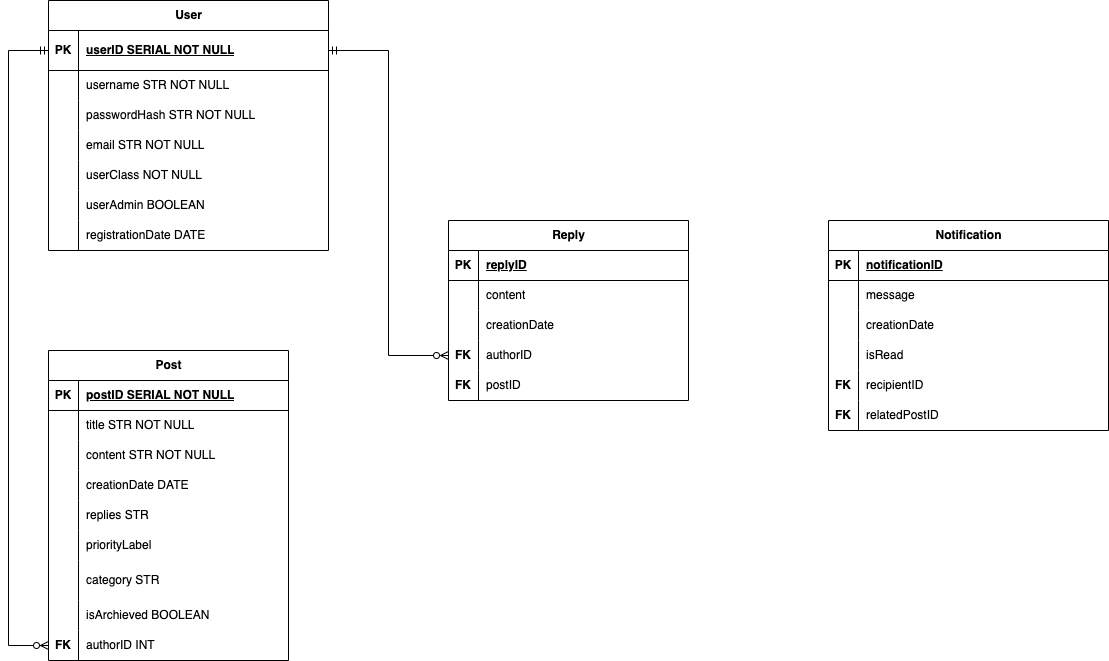
Before: docs/ERD/er_diagramv2.drawio.png, a diagram exported from draw.io (She2024/MERN-Wizards-T3A2-A). Source tidied: cells renumbered, new cells last; positions are measured from the earlier drawing's top-left corner, leaving out a move shared by most shapes.
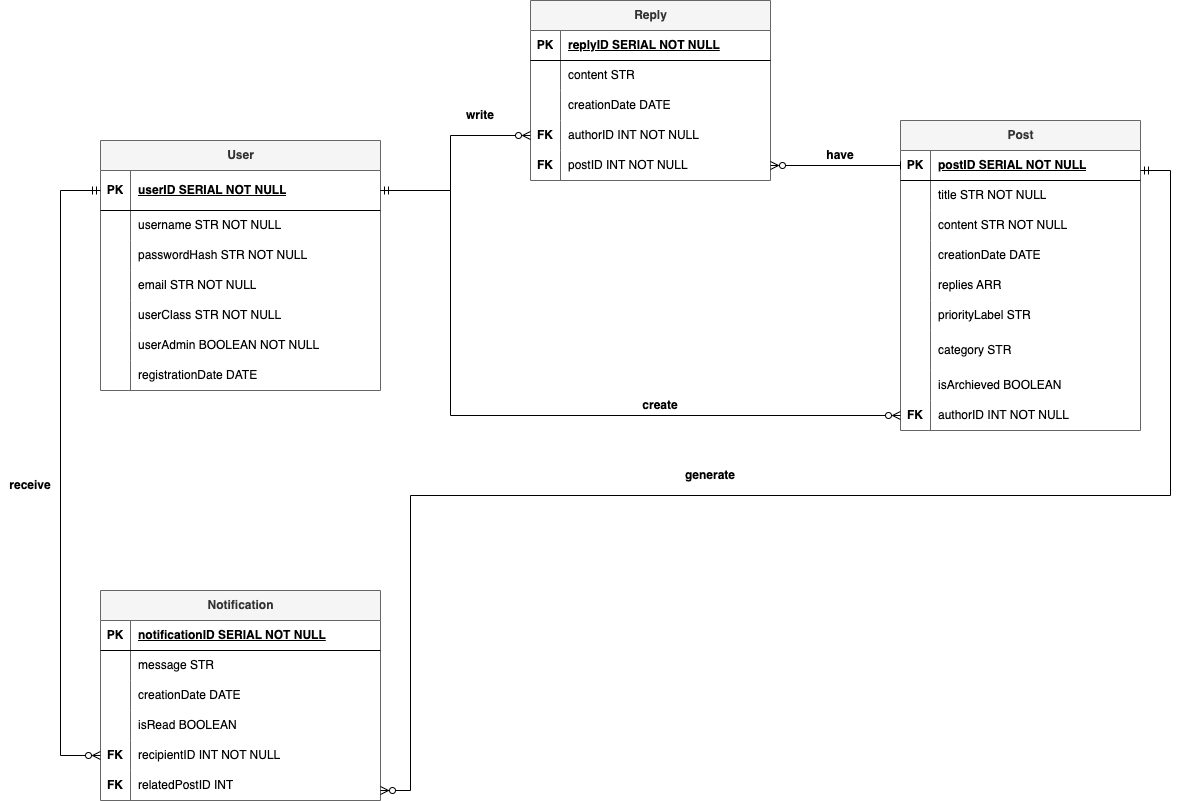
Later version of the same file.

Commit message:
docs: Updated ER diagram, added userAdmin to User Table

The edit, as a diff of the source:
```diff
@@ -2,8 +2,8 @@
   <root>
     <mxCell id="0" />
     <mxCell id="1" parent="0" />
-    <mxCell id="2" value="User" style="shape=table;startSize=30;rowLines=0;fontStyle=1;align=center;html=1;" parent="1" vertex="1">
-      <mxGeometry x="40" width="280" height="250" as="geometry" />
+    <mxCell id="2" value="User" style="shape=table;startSize=30;rowLines=0;fontStyle=1;align=center;html=1;fillColor=#f5f5f5;fontColor=#333333;strokeColor=#666666;" parent="1" vertex="1">
+      <mxGeometry x="-60" y="-40" width="280" height="250" as="geometry" />
     </mxCell>
     <mxCell id="3" style="shape=tableRow;horizontal=0;startSize=0;swimlaneHead=0;swimlaneBody=0;fillColor=none;points=[[0,0.5],[1,0.5]];portConstraint=eastwest;top=0;left=0;right=0;bottom=1;" parent="2" vertex="1">
       <mxGeometry y="30" width="280" height="40" as="geometry" />
@@ -47,7 +47,7 @@
     <mxCell id="16" style="shape=partialRectangle;fillColor=none;top=0;left=0;bottom=0;right=0;overflow=hidden;whiteSpace=wrap;html=1;" parent="15" vertex="1">
       <mxGeometry width="30" height="30" as="geometry" />
     </mxCell>
-    <mxCell id="17" value="userClass NOT NULL" style="shape=partialRectangle;fillColor=none;top=0;left=0;bottom=0;right=0;align=left;spacingLeft=6;overflow=hidden;whiteSpace=wrap;html=1;" parent="15" vertex="1">
+    <mxCell id="17" value="userClass STR NOT NULL" style="shape=partialRectangle;fillColor=none;top=0;left=0;bottom=0;right=0;align=left;spacingLeft=6;overflow=hidden;whiteSpace=wrap;html=1;" parent="15" vertex="1">
       <mxGeometry x="30" width="250" height="30" as="geometry" />
     </mxCell>
     <mxCell id="18" style="shape=tableRow;horizontal=0;startSize=0;swimlaneHead=0;swimlaneBody=0;fillColor=none;top=0;left=0;right=0;bottom=0;" parent="2" vertex="1">
@@ -56,7 +56,7 @@
     <mxCell id="19" style="shape=partialRectangle;fillColor=none;top=0;left=0;bottom=0;right=0;overflow=hidden;whiteSpace=wrap;html=1;" parent="18" vertex="1">
       <mxGeometry width="30" height="30" as="geometry" />
     </mxCell>
-    <mxCell id="20" value="userAdmin BOOLEAN" style="shape=partialRectangle;fillColor=none;top=0;left=0;bottom=0;right=0;align=left;spacingLeft=6;overflow=hidden;whiteSpace=wrap;html=1;" parent="18" vertex="1">
+    <mxCell id="20" value="userAdmin BOOLEAN NOT NULL" style="shape=partialRectangle;fillColor=none;top=0;left=0;bottom=0;right=0;align=left;spacingLeft=6;overflow=hidden;whiteSpace=wrap;html=1;" parent="18" vertex="1">
       <mxGeometry x="30" width="250" height="30" as="geometry" />
     </mxCell>
     <mxCell id="21" style="shape=tableRow;horizontal=0;startSize=0;swimlaneHead=0;swimlaneBody=0;fillColor=none;top=0;left=0;right=0;bottom=0;" parent="2" vertex="1">
@@ -68,8 +68,8 @@
     <mxCell id="23" value="registrationDate DATE" style="shape=partialRectangle;fillColor=none;top=0;left=0;bottom=0;right=0;align=left;spacingLeft=6;overflow=hidden;whiteSpace=wrap;html=1;" parent="21" vertex="1">
       <mxGeometry x="30" width="250" height="30" as="geometry" />
     </mxCell>
-    <mxCell id="24" value="Post" style="shape=table;startSize=30;rowLines=0;fontStyle=1;align=center;html=1;" parent="1" vertex="1">
-      <mxGeometry x="40" y="350" width="240" height="310" as="geometry" />
+    <mxCell id="24" value="Post" style="shape=table;startSize=30;rowLines=0;fontStyle=1;align=center;html=1;fillColor=#f5f5f5;fontColor=#333333;strokeColor=#666666;" parent="1" vertex="1">
+      <mxGeometry x="740" y="-60" width="240" height="310" as="geometry" />
     </mxCell>
     <mxCell id="25" style="shape=tableRow;horizontal=0;startSize=0;swimlaneHead=0;swimlaneBody=0;fillColor=none;top=0;left=0;right=0;bottom=1;" parent="24" vertex="1">
       <mxGeometry y="30" width="240" height="30" as="geometry" />
@@ -113,7 +113,7 @@
     <mxCell id="38" style="shape=partialRectangle;fillColor=none;top=0;left=0;bottom=0;right=0;overflow=hidden;whiteSpace=wrap;html=1;" parent="37" vertex="1">
       <mxGeometry width="30" height="30" as="geometry" />
     </mxCell>
-    <mxCell id="39" value="replies STR" style="shape=partialRectangle;fillColor=none;top=0;left=0;bottom=0;right=0;align=left;spacingLeft=6;overflow=hidden;whiteSpace=wrap;html=1;" parent="37" vertex="1">
+    <mxCell id="39" value="replies ARR" style="shape=partialRectangle;fillColor=none;top=0;left=0;bottom=0;right=0;align=left;spacingLeft=6;overflow=hidden;whiteSpace=wrap;html=1;" parent="37" vertex="1">
       <mxGeometry x="30" width="210" height="30" as="geometry" />
     </mxCell>
     <mxCell id="40" style="shape=tableRow;horizontal=0;startSize=0;swimlaneHead=0;swimlaneBody=0;fillColor=none;top=0;left=0;right=0;bottom=0;" parent="24" vertex="1">
@@ -122,7 +122,7 @@
     <mxCell id="41" style="shape=partialRectangle;fillColor=none;top=0;left=0;bottom=0;right=0;overflow=hidden;whiteSpace=wrap;html=1;" parent="40" vertex="1">
       <mxGeometry width="30" height="30" as="geometry" />
     </mxCell>
-    <mxCell id="42" value="priorityLabel" style="shape=partialRectangle;fillColor=none;top=0;left=0;bottom=0;right=0;align=left;spacingLeft=6;overflow=hidden;whiteSpace=wrap;html=1;" parent="40" vertex="1">
+    <mxCell id="42" value="priorityLabel STR" style="shape=partialRectangle;fillColor=none;top=0;left=0;bottom=0;right=0;align=left;spacingLeft=6;overflow=hidden;whiteSpace=wrap;html=1;" parent="40" vertex="1">
       <mxGeometry x="30" width="210" height="30" as="geometry" />
     </mxCell>
     <mxCell id="43" style="shape=tableRow;horizontal=0;startSize=0;swimlaneHead=0;swimlaneBody=0;fillColor=none;top=0;left=0;right=0;bottom=0;" parent="24" vertex="1">
@@ -149,11 +149,11 @@
     <mxCell id="50" value="&lt;b&gt;FK&lt;/b&gt;" style="shape=partialRectangle;fillColor=none;top=0;left=0;bottom=0;right=0;overflow=hidden;whiteSpace=wrap;html=1;" parent="49" vertex="1">
       <mxGeometry width="30" height="30" as="geometry" />
     </mxCell>
-    <mxCell id="51" value="authorID INT" style="shape=partialRectangle;fillColor=none;top=0;left=0;bottom=0;right=0;align=left;spacingLeft=6;overflow=hidden;whiteSpace=wrap;html=1;" parent="49" vertex="1">
+    <mxCell id="51" value="authorID INT NOT NULL" style="shape=partialRectangle;fillColor=none;top=0;left=0;bottom=0;right=0;align=left;spacingLeft=6;overflow=hidden;whiteSpace=wrap;html=1;" parent="49" vertex="1">
       <mxGeometry x="30" width="210" height="30" as="geometry" />
     </mxCell>
-    <mxCell id="52" value="Notification" style="shape=table;startSize=30;rowLines=0;fontStyle=1;align=center;html=1;" parent="1" vertex="1">
-      <mxGeometry x="820" y="220" width="280" height="210" as="geometry" />
+    <mxCell id="52" value="Notification" style="shape=table;startSize=30;rowLines=0;fontStyle=1;align=center;html=1;fillColor=#f5f5f5;fontColor=#333333;strokeColor=#666666;" parent="1" vertex="1">
+      <mxGeometry x="-60" y="410" width="280" height="210" as="geometry" />
     </mxCell>
     <mxCell id="53" style="shape=tableRow;horizontal=0;startSize=0;swimlaneHead=0;swimlaneBody=0;fillColor=none;top=0;left=0;right=0;bottom=1;" parent="52" vertex="1">
       <mxGeometry y="30" width="280" height="30" as="geometry" />
@@ -161,7 +161,7 @@
     <mxCell id="54" value="PK" style="shape=partialRectangle;fillColor=none;top=0;left=0;bottom=0;right=0;fontStyle=1;overflow=hidden;whiteSpace=wrap;html=1;" parent="53" vertex="1">
       <mxGeometry width="30" height="30" as="geometry" />
     </mxCell>
-    <mxCell id="55" value="notificationID" style="shape=partialRectangle;fillColor=none;top=0;left=0;bottom=0;right=0;align=left;spacingLeft=6;fontStyle=5;overflow=hidden;whiteSpace=wrap;html=1;" parent="53" vertex="1">
+    <mxCell id="55" value="notificationID SERIAL NOT NULL" style="shape=partialRectangle;fillColor=none;top=0;left=0;bottom=0;right=0;align=left;spacingLeft=6;fontStyle=5;overflow=hidden;whiteSpace=wrap;html=1;" parent="53" vertex="1">
       <mxGeometry x="30" width="250" height="30" as="geometry" />
     </mxCell>
     <mxCell id="56" style="shape=tableRow;horizontal=0;startSize=0;swimlaneHead=0;swimlaneBody=0;fillColor=none;top=0;left=0;right=0;bottom=0;" parent="52" vertex="1">
@@ -170,7 +170,7 @@
     <mxCell id="57" style="shape=partialRectangle;fillColor=none;top=0;left=0;bottom=0;right=0;overflow=hidden;whiteSpace=wrap;html=1;" parent="56" vertex="1">
       <mxGeometry width="30" height="30" as="geometry" />
     </mxCell>
-    <mxCell id="58" value="message" style="shape=partialRectangle;fillColor=none;top=0;left=0;bottom=0;right=0;align=left;spacingLeft=6;overflow=hidden;whiteSpace=wrap;html=1;" parent="56" vertex="1">
+    <mxCell id="58" value="message STR" style="shape=partialRectangle;fillColor=none;top=0;left=0;bottom=0;right=0;align=left;spacingLeft=6;overflow=hidden;whiteSpace=wrap;html=1;" parent="56" vertex="1">
       <mxGeometry x="30" width="250" height="30" as="geometry" />
     </mxCell>
     <mxCell id="59" style="shape=tableRow;horizontal=0;startSize=0;swimlaneHead=0;swimlaneBody=0;fillColor=none;top=0;left=0;right=0;bottom=0;" parent="52" vertex="1">
@@ -179,7 +179,7 @@
     <mxCell id="60" style="shape=partialRectangle;fillColor=none;top=0;left=0;bottom=0;right=0;overflow=hidden;whiteSpace=wrap;html=1;" parent="59" vertex="1">
       <mxGeometry width="30" height="30" as="geometry" />
     </mxCell>
-    <mxCell id="61" value="creationDate" style="shape=partialRectangle;fillColor=none;top=0;left=0;bottom=0;right=0;align=left;spacingLeft=6;overflow=hidden;whiteSpace=wrap;html=1;" parent="59" vertex="1">
+    <mxCell id="61" value="creationDate DATE" style="shape=partialRectangle;fillColor=none;top=0;left=0;bottom=0;right=0;align=left;spacingLeft=6;overflow=hidden;whiteSpace=wrap;html=1;" parent="59" vertex="1">
       <mxGeometry x="30" width="250" height="30" as="geometry" />
     </mxCell>
     <mxCell id="62" style="shape=tableRow;horizontal=0;startSize=0;swimlaneHead=0;swimlaneBody=0;fillColor=none;top=0;left=0;right=0;bottom=0;" parent="52" vertex="1">
@@ -188,7 +188,7 @@
     <mxCell id="63" style="shape=partialRectangle;fillColor=none;top=0;left=0;bottom=0;right=0;overflow=hidden;whiteSpace=wrap;html=1;" parent="62" vertex="1">
       <mxGeometry width="30" height="30" as="geometry" />
     </mxCell>
-    <mxCell id="64" value="isRead" style="shape=partialRectangle;fillColor=none;top=0;left=0;bottom=0;right=0;align=left;spacingLeft=6;overflow=hidden;whiteSpace=wrap;html=1;" parent="62" vertex="1">
+    <mxCell id="64" value="isRead BOOLEAN" style="shape=partialRectangle;fillColor=none;top=0;left=0;bottom=0;right=0;align=left;spacingLeft=6;overflow=hidden;whiteSpace=wrap;html=1;" parent="62" vertex="1">
       <mxGeometry x="30" width="250" height="30" as="geometry" />
     </mxCell>
     <mxCell id="65" style="shape=tableRow;horizontal=0;startSize=0;swimlaneHead=0;swimlaneBody=0;fillColor=none;points=[[0,0.5],[1,0.5]];portConstraint=eastwest;top=0;left=0;right=0;bottom=0;" parent="52" vertex="1">
@@ -197,7 +197,7 @@
     <mxCell id="66" value="&lt;b&gt;FK&lt;/b&gt;" style="shape=partialRectangle;fillColor=none;top=0;left=0;bottom=0;right=0;overflow=hidden;whiteSpace=wrap;html=1;" parent="65" vertex="1">
       <mxGeometry width="30" height="30" as="geometry" />
     </mxCell>
-    <mxCell id="67" value="recipientID" style="shape=partialRectangle;fillColor=none;top=0;left=0;bottom=0;right=0;align=left;spacingLeft=6;overflow=hidden;whiteSpace=wrap;html=1;" parent="65" vertex="1">
+    <mxCell id="67" value="recipientID INT NOT NULL" style="shape=partialRectangle;fillColor=none;top=0;left=0;bottom=0;right=0;align=left;spacingLeft=6;overflow=hidden;whiteSpace=wrap;html=1;" parent="65" vertex="1">
       <mxGeometry x="30" width="250" height="30" as="geometry" />
     </mxCell>
     <mxCell id="68" style="shape=tableRow;horizontal=0;startSize=0;swimlaneHead=0;swimlaneBody=0;fillColor=none;top=0;left=0;right=0;bottom=0;" parent="52" vertex="1">
@@ -206,11 +206,11 @@
     <mxCell id="69" value="&lt;b&gt;FK&lt;/b&gt;" style="shape=partialRectangle;fillColor=none;top=0;left=0;bottom=0;right=0;overflow=hidden;whiteSpace=wrap;html=1;" parent="68" vertex="1">
       <mxGeometry width="30" height="30" as="geometry" />
     </mxCell>
-    <mxCell id="70" value="relatedPostID" style="shape=partialRectangle;fillColor=none;top=0;left=0;bottom=0;right=0;align=left;spacingLeft=6;overflow=hidden;whiteSpace=wrap;html=1;" parent="68" vertex="1">
+    <mxCell id="70" value="relatedPostID INT" style="shape=partialRectangle;fillColor=none;top=0;left=0;bottom=0;right=0;align=left;spacingLeft=6;overflow=hidden;whiteSpace=wrap;html=1;" parent="68" vertex="1">
       <mxGeometry x="30" width="250" height="30" as="geometry" />
     </mxCell>
-    <mxCell id="71" value="Reply" style="shape=table;startSize=30;rowLines=0;fontStyle=1;align=center;html=1;" parent="1" vertex="1">
-      <mxGeometry x="440" y="220" width="240" height="180" as="geometry" />
+    <mxCell id="71" value="Reply" style="shape=table;startSize=30;rowLines=0;fontStyle=1;align=center;html=1;fillColor=#f5f5f5;fontColor=#333333;strokeColor=#666666;" parent="1" vertex="1">
+      <mxGeometry x="370" y="-180" width="240" height="180" as="geometry" />
     </mxCell>
     <mxCell id="72" style="shape=tableRow;horizontal=0;startSize=0;swimlaneHead=0;swimlaneBody=0;fillColor=none;top=0;left=0;right=0;bottom=1;" parent="71" vertex="1">
       <mxGeometry y="30" width="240" height="30" as="geometry" />
@@ -218,7 +218,7 @@
     <mxCell id="73" value="PK" style="shape=partialRectangle;fillColor=none;top=0;left=0;bottom=0;right=0;fontStyle=1;overflow=hidden;whiteSpace=wrap;html=1;" parent="72" vertex="1">
       <mxGeometry width="30" height="30" as="geometry" />
     </mxCell>
-    <mxCell id="74" value="replyID" style="shape=partialRectangle;fillColor=none;top=0;left=0;bottom=0;right=0;align=left;spacingLeft=6;fontStyle=5;overflow=hidden;whiteSpace=wrap;html=1;" parent="72" vertex="1">
+    <mxCell id="74" value="replyID SERIAL NOT NULL" style="shape=partialRectangle;fillColor=none;top=0;left=0;bottom=0;right=0;align=left;spacingLeft=6;fontStyle=5;overflow=hidden;whiteSpace=wrap;html=1;" parent="72" vertex="1">
       <mxGeometry x="30" width="210" height="30" as="geometry" />
     </mxCell>
     <mxCell id="75" style="shape=tableRow;horizontal=0;startSize=0;swimlaneHead=0;swimlaneBody=0;fillColor=none;top=0;left=0;right=0;bottom=0;" parent="71" vertex="1">
@@ -227,7 +227,7 @@
     <mxCell id="76" style="shape=partialRectangle;fillColor=none;top=0;left=0;bottom=0;right=0;overflow=hidden;whiteSpace=wrap;html=1;" parent="75" vertex="1">
       <mxGeometry width="30" height="30" as="geometry" />
     </mxCell>
-    <mxCell id="77" value="content" style="shape=partialRectangle;fillColor=none;top=0;left=0;bottom=0;right=0;align=left;spacingLeft=6;overflow=hidden;whiteSpace=wrap;html=1;" parent="75" vertex="1">
+    <mxCell id="77" value="content STR" style="shape=partialRectangle;fillColor=none;top=0;left=0;bottom=0;right=0;align=left;spacingLeft=6;overflow=hidden;whiteSpace=wrap;html=1;" parent="75" vertex="1">
       <mxGeometry x="30" width="210" height="30" as="geometry" />
     </mxCell>
     <mxCell id="78" style="shape=tableRow;horizontal=0;startSize=0;swimlaneHead=0;swimlaneBody=0;fillColor=none;top=0;left=0;right=0;bottom=0;" parent="71" vertex="1">
@@ -236,7 +236,7 @@
     <mxCell id="79" style="shape=partialRectangle;fillColor=none;top=0;left=0;bottom=0;right=0;overflow=hidden;whiteSpace=wrap;html=1;" parent="78" vertex="1">
       <mxGeometry width="30" height="30" as="geometry" />
     </mxCell>
-    <mxCell id="80" value="creationDate" style="shape=partialRectangle;fillColor=none;top=0;left=0;bottom=0;right=0;align=left;spacingLeft=6;overflow=hidden;whiteSpace=wrap;html=1;" parent="78" vertex="1">
+    <mxCell id="80" value="creationDate DATE" style="shape=partialRectangle;fillColor=none;top=0;left=0;bottom=0;right=0;align=left;spacingLeft=6;overflow=hidden;whiteSpace=wrap;html=1;" parent="78" vertex="1">
       <mxGeometry x="30" width="210" height="30" as="geometry" />
     </mxCell>
     <mxCell id="81" style="shape=tableRow;horizontal=0;startSize=0;swimlaneHead=0;swimlaneBody=0;fillColor=none;points=[[0,0.5],[1,0.5]];portConstraint=eastwest;top=0;left=0;right=0;bottom=0;" parent="71" vertex="1">
@@ -245,7 +245,7 @@
     <mxCell id="82" value="&lt;b&gt;FK&lt;/b&gt;" style="shape=partialRectangle;fillColor=none;top=0;left=0;bottom=0;right=0;overflow=hidden;whiteSpace=wrap;html=1;" parent="81" vertex="1">
       <mxGeometry width="30" height="30" as="geometry" />
     </mxCell>
-    <mxCell id="83" value="authorID" style="shape=partialRectangle;fillColor=none;top=0;left=0;bottom=0;right=0;align=left;spacingLeft=6;overflow=hidden;whiteSpace=wrap;html=1;" parent="81" vertex="1">
+    <mxCell id="83" value="authorID INT NOT NULL" style="shape=partialRectangle;fillColor=none;top=0;left=0;bottom=0;right=0;align=left;spacingLeft=6;overflow=hidden;whiteSpace=wrap;html=1;" parent="81" vertex="1">
       <mxGeometry x="30" width="210" height="30" as="geometry" />
     </mxCell>
     <mxCell id="84" style="shape=tableRow;horizontal=0;startSize=0;swimlaneHead=0;swimlaneBody=0;fillColor=none;top=0;left=0;right=0;bottom=0;" parent="71" vertex="1">
@@ -254,19 +254,67 @@
     <mxCell id="85" value="&lt;b&gt;FK&lt;/b&gt;" style="shape=partialRectangle;fillColor=none;top=0;left=0;bottom=0;right=0;overflow=hidden;whiteSpace=wrap;html=1;" parent="84" vertex="1">
       <mxGeometry width="30" height="30" as="geometry" />
     </mxCell>
-    <mxCell id="86" value="postID" style="shape=partialRectangle;fillColor=none;top=0;left=0;bottom=0;right=0;align=left;spacingLeft=6;overflow=hidden;whiteSpace=wrap;html=1;" parent="84" vertex="1">
+    <mxCell id="86" value="postID INT NOT NULL" style="shape=partialRectangle;fillColor=none;top=0;left=0;bottom=0;right=0;align=left;spacingLeft=6;overflow=hidden;whiteSpace=wrap;html=1;" parent="84" vertex="1">
       <mxGeometry x="30" width="210" height="30" as="geometry" />
     </mxCell>
-    <mxCell id="87" style="edgeStyle=orthogonalEdgeStyle;fontSize=12;html=1;endArrow=ERzeroToMany;startArrow=ERmandOne;rounded=0;exitX=0;exitY=0.5;exitDx=0;exitDy=0;entryX=0;entryY=0.5;entryDx=0;entryDy=0;" parent="1" edge="1" source="3" target="49">
+    <mxCell id="87" style="edgeStyle=elbowEdgeStyle;fontSize=12;html=1;endArrow=ERzeroToMany;rounded=0;exitX=1;exitY=0.5;exitDx=0;exitDy=0;endFill=0;entryX=0;entryY=0.5;entryDx=0;entryDy=0;" parent="1" edge="1" source="3" target="49">
       <mxGeometry relative="1" as="geometry">
         <Array as="points">
-          <mxPoint y="50" />
-          <mxPoint y="645" />
+          <mxPoint x="290" y="120" />
         </Array>
       </mxGeometry>
     </mxCell>
     <mxCell id="88" style="edgeStyle=orthogonalEdgeStyle;fontSize=12;html=1;endArrow=ERzeroToMany;rounded=0;exitX=1;exitY=0.5;exitDx=0;exitDy=0;entryX=0;entryY=0.5;entryDx=0;entryDy=0;endFill=0;startArrow=ERmandOne;startFill=0;" parent="1" edge="1" source="3" target="81">
-      <mxGeometry relative="1" as="geometry" />
+      <mxGeometry relative="1" as="geometry">
+        <Array as="points">
+          <mxPoint x="290" y="10" />
+          <mxPoint x="290" y="-45" />
+        </Array>
+      </mxGeometry>
     </mxCell>
+    <mxCell id="89" style="edgeStyle=orthogonalEdgeStyle;fontSize=12;html=1;endArrow=ERzeroToMany;rounded=0;endFill=0;startArrow=baseDash;startFill=0;" parent="1" edge="1">
+      <mxGeometry relative="1" as="geometry">
+        <mxPoint x="740" y="-15" as="sourcePoint" />
+        <mxPoint x="610" y="-15" as="targetPoint" />
+        <Array as="points">
+          <mxPoint x="740" y="-15" />
+        </Array>
+      </mxGeometry>
+    </mxCell>
+    <mxCell id="90" style="edgeStyle=orthogonalEdgeStyle;fontSize=12;html=1;endArrow=ERzeroToMany;rounded=0;exitX=0;exitY=0.5;exitDx=0;exitDy=0;entryX=0;entryY=0.5;entryDx=0;entryDy=0;endFill=0;startArrow=ERmandOne;startFill=0;" parent="1" edge="1" source="3" target="65">
+      <mxGeometry relative="1" as="geometry">
+        <Array as="points">
+          <mxPoint x="-100" y="10" />
+          <mxPoint x="-100" y="575" />
+        </Array>
+      </mxGeometry>
+    </mxCell>
+    <mxCell id="91" style="edgeStyle=orthogonalEdgeStyle;fontSize=12;html=1;endArrow=ERmandOne;endFill=0;startArrow=ERzeroToMany;rounded=0;exitX=1;exitY=0.5;exitDx=0;exitDy=0;entryX=1;entryY=0.5;entryDx=0;entryDy=0;" parent="1" edge="1">
+      <mxGeometry relative="1" as="geometry">
+        <mxPoint x="220" y="610" as="sourcePoint" />
+        <mxPoint x="980" y="-10" as="targetPoint" />
+        <Array as="points">
+          <mxPoint x="250" y="610" />
+          <mxPoint x="250" y="315" />
+          <mxPoint x="1010" y="315" />
+          <mxPoint x="1010" y="-10" />
+        </Array>
+      </mxGeometry>
+    </mxCell>
+    <mxCell id="92" value="&lt;b&gt;create&lt;/b&gt;" style="text;html=1;align=center;verticalAlign=middle;whiteSpace=wrap;rounded=0;" parent="1" vertex="1">
+      <mxGeometry x="470" y="210" width="60" height="30" as="geometry" />
+    </mxCell>
+    <mxCell id="93" value="&lt;b&gt;write&lt;/b&gt;" style="text;html=1;align=center;verticalAlign=middle;whiteSpace=wrap;rounded=0;" parent="1" vertex="1">
+      <mxGeometry x="290" y="-80" width="60" height="30" as="geometry" />
+    </mxCell>
+    <mxCell id="94" value="&lt;b&gt;receive&lt;/b&gt;" style="text;html=1;align=center;verticalAlign=middle;whiteSpace=wrap;rounded=0;" parent="1" vertex="1">
+      <mxGeometry x="-160" y="290" width="60" height="30" as="geometry" />
+    </mxCell>
+    <mxCell id="95" value="&lt;b&gt;have&lt;/b&gt;" style="text;html=1;align=center;verticalAlign=middle;whiteSpace=wrap;rounded=0;" parent="1" vertex="1">
+      <mxGeometry x="650" y="-40" width="60" height="30" as="geometry" />
+    </mxCell>
+    <mxCell id="96" value="&lt;b&gt;generate&lt;/b&gt;" style="text;html=1;align=center;verticalAlign=middle;whiteSpace=wrap;rounded=0;" parent="1" vertex="1">
+      <mxGeometry x="520" y="280" width="60" height="30" as="geometry" />
+    </mxCell>
   </root>
 </mxGraphModel>
```
